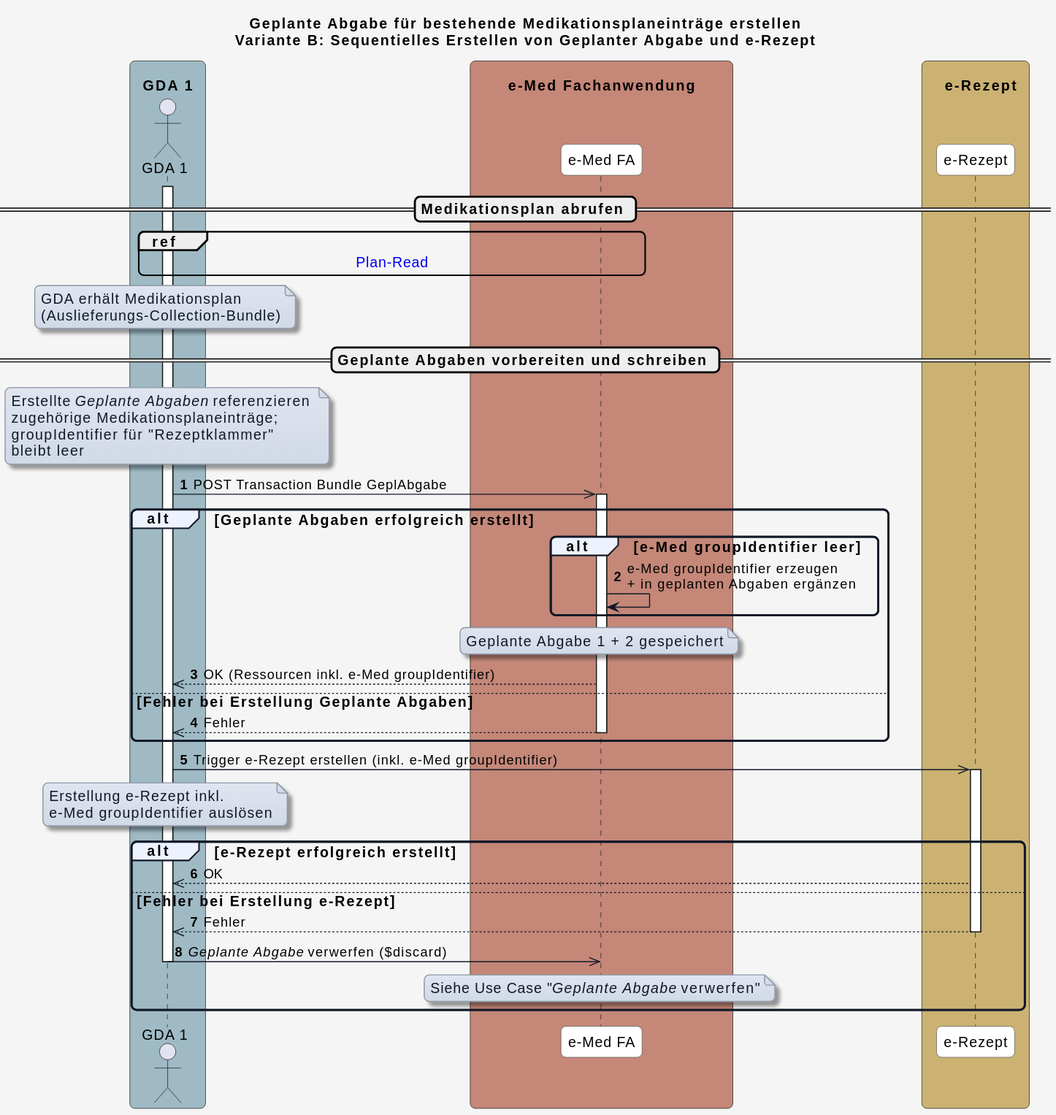
Earlier version of the PlantUML export input/images/plantuml/UC_eMed_08_01_b.svg (HL7Austria/ELGA-e-Medikation-R4).
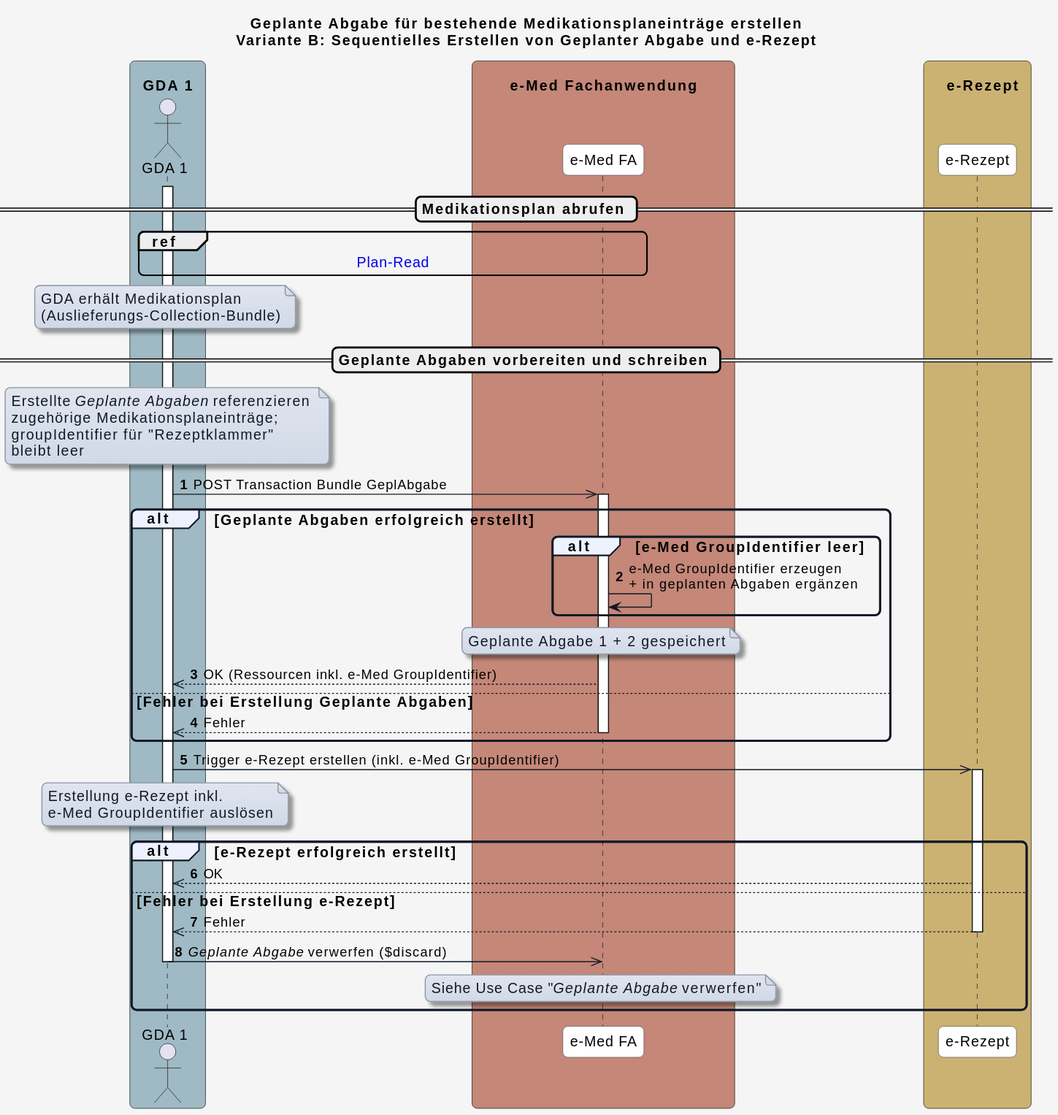
After the commit.

Diff of the diagram source:
```diff
@@ -78,15 +78,15 @@
 
 alt Geplante Abgaben erfolgreich erstellt
 
-  alt e-Med groupIdentifier leer
-    eMed_FA -> eMed_FA: e-Med groupIdentifier erzeugen\n+ in geplanten Abgaben ergänzen
+  alt e-Med GroupIdentifier leer
+    eMed_FA -> eMed_FA: e-Med GroupIdentifier erzeugen\n+ in geplanten Abgaben ergänzen
   end
 
   note over eMed_FA
   Geplante Abgabe 1 + 2 gespeichert
   end note
 
-  eMed_FA -->> GDA_1: OK (Ressourcen inkl. e-Med groupIdentifier)
+  eMed_FA -->> GDA_1: OK (Ressourcen inkl. e-Med GroupIdentifier)
 
 
 else Fehler bei Erstellung Geplante Abgaben
@@ -95,10 +95,10 @@
 
 end
 
-GDA_1 ->> e_Rezept: Trigger e-Rezept erstellen (inkl. e-Med groupIdentifier)
+GDA_1 ->> e_Rezept: Trigger e-Rezept erstellen (inkl. e-Med GroupIdentifier)
 note over GDA_1
 Erstellung e-Rezept inkl.
-e-Med groupIdentifier auslösen
+e-Med GroupIdentifier auslösen
 end note
 activate e_Rezept
 
```
